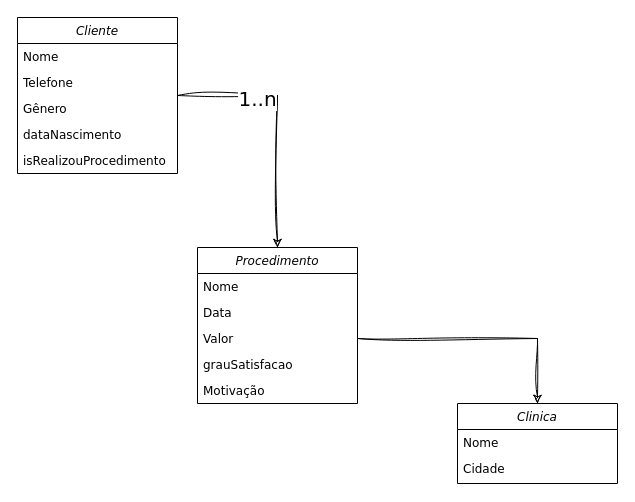
Earlier version of the draw.io diagram Diagrama.drawio (DouglasEleuterio/sakai-ng). Source tidied: cells renumbered, new cells numbered last; positions are measured from the earlier drawing's top-left corner, leaving out a move shared by most shapes. Both pictures are drawn from the tidied source at 100%, with x=0, y=0 at pixel (17, 17).
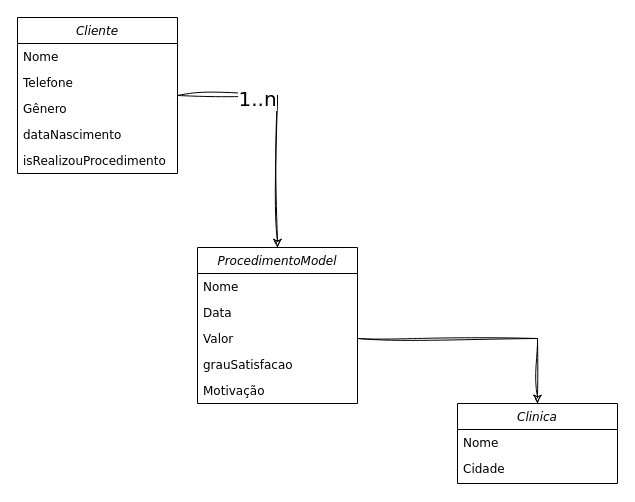
The same page after the edit.

Change to the diagram source:
```diff
@@
 <mxGraphModel>
   <root>
     <mxCell id="0" />
     <mxCell id="1" parent="0" />
     <mxCell id="2" style="edgeStyle=orthogonalEdgeStyle;rounded=0;sketch=1;hachureGap=4;jiggle=2;curveFitting=1;jettySize=auto;html=1;entryX=0.5;entryY=0;entryDx=0;entryDy=0;fontFamily=Verdana;fontSize=16;" parent="1" edge="1" source="4" target="10">
       <mxGeometry relative="1" as="geometry" />
     </mxCell>
     <mxCell id="3" value="1..n" style="edgeLabel;html=1;align=center;verticalAlign=middle;fontSize=20;fontFamily=Verdana;" parent="2" vertex="1">
       <mxGeometry x="-0.37" y="-2" relative="1" as="geometry" />
     </mxCell>
     <mxCell id="4" value="Cliente" style="swimlane;fontStyle=2;align=center;verticalAlign=top;horizontal=1;startSize=26;rounded=0;shadow=0;strokeWidth=1;fontFamily=Verdana;" parent="1" vertex="1">
       <mxGeometry width="160" height="156" as="geometry" />
     </mxCell>
     <mxCell id="5" value="Nome" style="text;align=left;verticalAlign=top;spacingLeft=4;spacingRight=4;overflow=hidden;fontFamily=Verdana;" parent="4" vertex="1">
       <mxGeometry y="26" width="160" height="26" as="geometry" />
     </mxCell>
     <mxCell id="6" value="Telefone" style="text;align=left;verticalAlign=top;spacingLeft=4;spacingRight=4;overflow=hidden;rounded=0;shadow=0;html=0;fontFamily=Verdana;" parent="4" vertex="1">
       <mxGeometry y="52" width="160" height="26" as="geometry" />
     </mxCell>
     <mxCell id="7" value="Gênero" style="text;align=left;verticalAlign=top;spacingLeft=4;spacingRight=4;overflow=hidden;rounded=0;shadow=0;html=0;fontFamily=Verdana;" parent="4" vertex="1">
       <mxGeometry y="78" width="160" height="26" as="geometry" />
     </mxCell>
     <mxCell id="8" value="dataNascimento" style="text;align=left;verticalAlign=top;spacingLeft=4;spacingRight=4;overflow=hidden;rounded=0;shadow=0;html=0;fontFamily=Verdana;" parent="4" vertex="1">
       <mxGeometry y="104" width="160" height="26" as="geometry" />
     </mxCell>
     <mxCell id="9" value="isRealizouProcedimento" style="text;align=left;verticalAlign=top;spacingLeft=4;spacingRight=4;overflow=hidden;rounded=0;shadow=0;html=0;fontFamily=Verdana;" parent="4" vertex="1">
       <mxGeometry y="130" width="160" height="26" as="geometry" />
     </mxCell>
-    <mxCell id="10" value="Procedimento" style="swimlane;fontStyle=2;align=center;verticalAlign=top;horizontal=1;startSize=26;rounded=0;shadow=0;strokeWidth=1;fontFamily=Verdana;" parent="1" vertex="1">
+    <mxCell id="10" value="ProcedimentoModel" style="swimlane;fontStyle=2;align=center;verticalAlign=top;horizontal=1;startSize=26;rounded=0;shadow=0;strokeWidth=1;fontFamily=Verdana;" parent="1" vertex="1">
       <mxGeometry x="180" y="230" width="160" height="156" as="geometry" />
     </mxCell>
     <mxCell id="11" value="Nome" style="text;align=left;verticalAlign=top;spacingLeft=4;spacingRight=4;overflow=hidden;fontFamily=Verdana;" parent="10" vertex="1">
       <mxGeometry y="26" width="160" height="26" as="geometry" />
     </mxCell>
     <mxCell id="12" value="Data" style="text;align=left;verticalAlign=top;spacingLeft=4;spacingRight=4;overflow=hidden;rounded=0;shadow=0;html=0;fontFamily=Verdana;" parent="10" vertex="1">
       <mxGeometry y="52" width="160" height="26" as="geometry" />
     </mxCell>
     <mxCell id="13" value="Valor" style="text;align=left;verticalAlign=top;spacingLeft=4;spacingRight=4;overflow=hidden;points=[[0,0.5],[1,0.5]];portConstraint=eastwest;rounded=0;shadow=0;html=0;fontFamily=Verdana;" parent="10" vertex="1">
       <mxGeometry y="78" width="160" height="26" as="geometry" />
     </mxCell>
     <mxCell id="14" value="grauSatisfacao" style="text;align=left;verticalAlign=top;spacingLeft=4;spacingRight=4;overflow=hidden;rounded=0;shadow=0;html=0;fontFamily=Verdana;" parent="10" vertex="1">
       <mxGeometry y="104" width="160" height="26" as="geometry" />
     </mxCell>
     <mxCell id="15" value="Motivação" style="text;align=left;verticalAlign=top;spacingLeft=4;spacingRight=4;overflow=hidden;rounded=0;shadow=0;html=0;fontFamily=Verdana;" parent="10" vertex="1">
       <mxGeometry y="130" width="160" height="26" as="geometry" />
     </mxCell>
     <mxCell id="16" value="Clinica" style="swimlane;fontStyle=2;align=center;verticalAlign=top;horizontal=1;startSize=26;rounded=0;shadow=0;strokeWidth=1;fontFamily=Verdana;" parent="1" vertex="1">
       <mxGeometry x="440" y="386" width="160" height="80" as="geometry" />
     </mxCell>
     <mxCell id="17" value="Nome" style="text;align=left;verticalAlign=top;spacingLeft=4;spacingRight=4;overflow=hidden;fontFamily=Verdana;" parent="16" vertex="1">
       <mxGeometry y="26" width="160" height="26" as="geometry" />
     </mxCell>
     <mxCell id="18" value="Cidade" style="text;align=left;verticalAlign=top;spacingLeft=4;spacingRight=4;overflow=hidden;rounded=0;shadow=0;html=0;fontFamily=Verdana;" parent="16" vertex="1">
       <mxGeometry y="52" width="160" height="26" as="geometry" />
     </mxCell>
     <mxCell id="19" style="edgeStyle=orthogonalEdgeStyle;rounded=0;sketch=1;hachureGap=4;jiggle=2;curveFitting=1;jettySize=auto;html=1;entryX=0.5;entryY=0;entryDx=0;entryDy=0;fontFamily=Verdana;fontSize=16;" parent="1" edge="1" source="13" target="16">
       <mxGeometry relative="1" as="geometry" />
     </mxCell>
   </root>
 </mxGraphModel>
```
